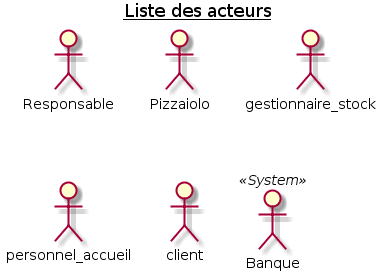
Before: doc/img/0_ListActors.png, a diagram exported from PlantUML (Zepmanbc/oc_dapython_pr4). The source it was exported from:
```plantuml
@startuml 0_ListActors
title <u>Liste des acteurs</u>

actor Responsable as RESP
actor Pizzaiolo as PIZLO
actor gestionnaire_stock as GEST
actor personnel_accueil as ACCUEIL
actor client as CUSTOMER
actor Banque <<System>> as BANK

@enduml
```
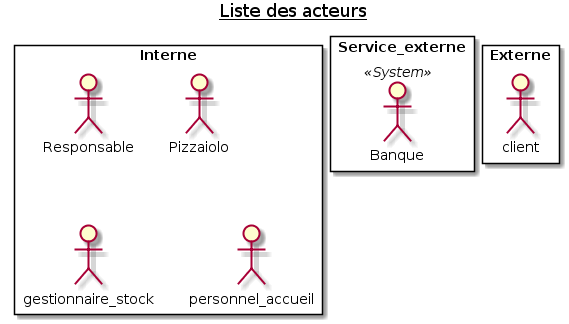
The same diagram one commit later.

The edit, as a diff of the source:
```diff
@@ -1,11 +1,19 @@
 @startuml 0_ListActors
 title <u>Liste des acteurs</u>
 
-actor Responsable as RESP
-actor Pizzaiolo as PIZLO
-actor gestionnaire_stock as GEST
-actor personnel_accueil as ACCUEIL
-actor client as CUSTOMER
-actor Banque <<System>> as BANK
+rectangle Interne {
+    actor Responsable as RESP
+    actor Pizzaiolo as PIZLO
+    actor gestionnaire_stock as GEST
+    actor personnel_accueil as ACCUEIL
+}
+
+rectangle Service_externe {
+    actor Banque <<System>> as BANK
+}
+
+rectangle Externe {
+    actor client as CUSTOMER
+}
 
 @enduml
```
